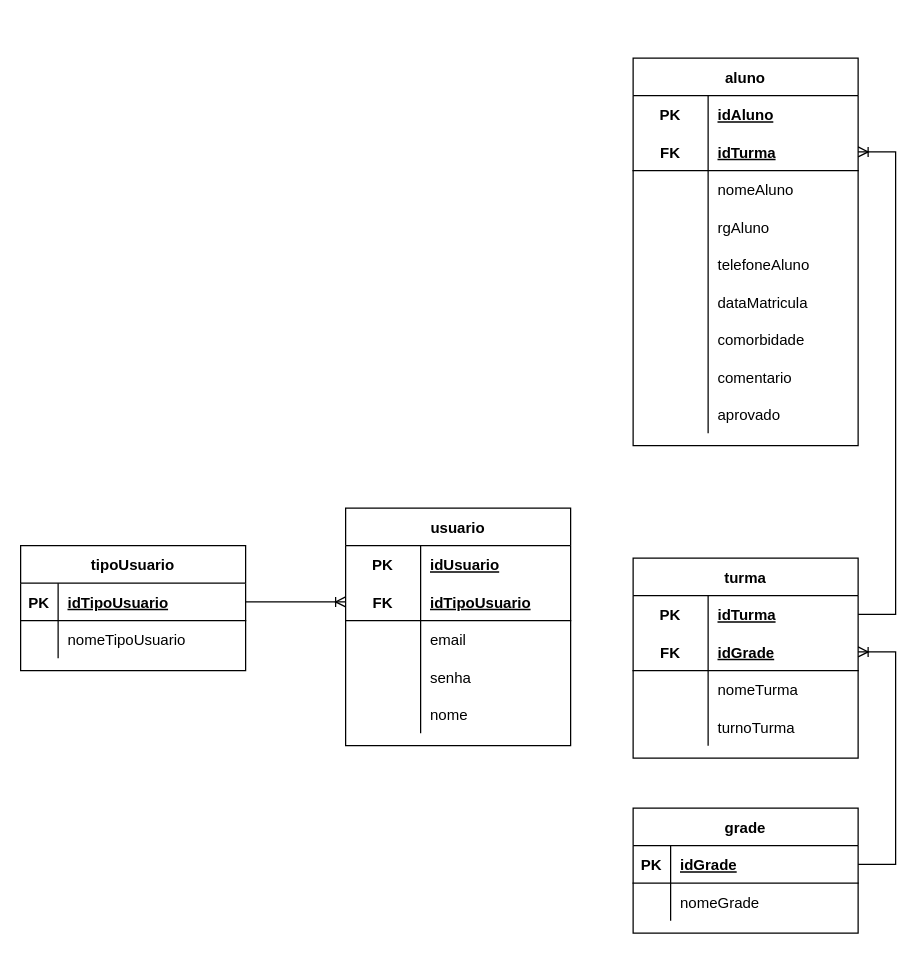
Before: page "Carômetro-Lógico" (2 of 2) of Modelagens/Modelagem-Carometro.drawio in GustavoHenriqueFerreira/Car-metro, a draw.io diagram. Source tidied: cells renumbered, new cells numbered last; positions are measured from the earlier drawing's top-left corner, leaving out a move shared by most shapes. Both pictures are drawn from the tidied source at 125%, with x=0, y=0 at pixel (20, 58).
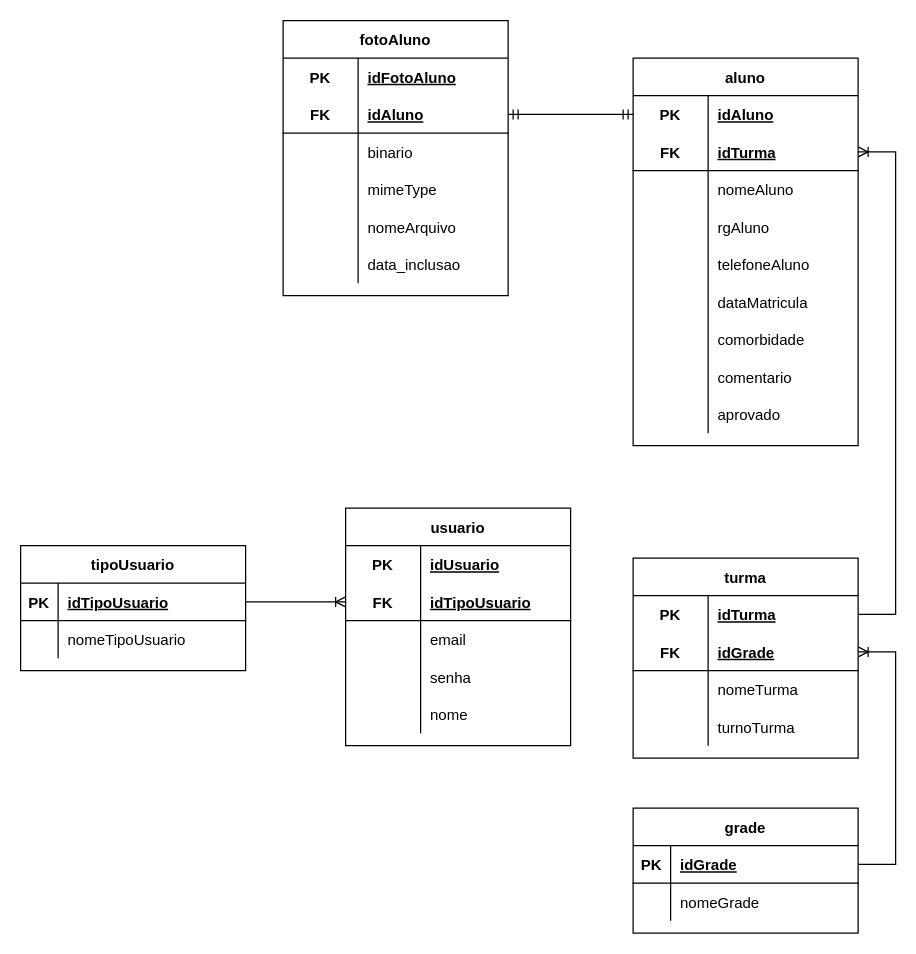
The same page after the edit.

Unchanged cells that the change refers to:
```xml
<mxCell id="27" style="shape=tableRow;horizontal=0;startSize=0;swimlaneHead=0;swimlaneBody=0;fillColor=none;points=[[0,0.5],[1,0.5]];portConstraint=eastwest;top=0;left=0;right=0;bottom=0;" parent="26" vertex="1">
  <mxGeometry y="30" width="180" height="30" as="geometry" />
</mxCell>
```

What changed in the source:
```diff
@@
+    <mxCell id="76" value="fotoAluno" style="shape=table;startSize=30;childLayout=tableLayout;rowLines=0;fontStyle=1;align=center;" parent="1" vertex="1">
+      <mxGeometry x="210" y="-30" width="180" height="220" as="geometry" />
+    </mxCell>
+    <mxCell id="77" style="shape=tableRow;horizontal=0;startSize=0;swimlaneHead=0;swimlaneBody=0;fillColor=none;top=0;left=0;right=0;bottom=0;" parent="76" vertex="1">
+      <mxGeometry y="30" width="180" height="30" as="geometry" />
+    </mxCell>
+    <mxCell id="78" value="PK" style="shape=partialRectangle;fillColor=none;top=0;left=0;bottom=0;right=0;fontStyle=1;overflow=hidden;" parent="77" vertex="1">
+      <mxGeometry width="60" height="30" as="geometry" />
+    </mxCell>
+    <mxCell id="79" value="idFotoAluno" style="shape=partialRectangle;fillColor=none;top=0;left=0;bottom=0;right=0;align=left;spacingLeft=6;fontStyle=5;overflow=hidden;" parent="77" vertex="1">
+      <mxGeometry x="60" width="120" height="30" as="geometry" />
+    </mxCell>
+    <mxCell id="80" style="shape=tableRow;horizontal=0;startSize=0;swimlaneHead=0;swimlaneBody=0;fillColor=none;points=[[0,0.5],[1,0.5]];portConstraint=eastwest;top=0;left=0;right=0;bottom=1;" parent="76" vertex="1">
+      <mxGeometry y="60" width="180" height="30" as="geometry" />
+    </mxCell>
+    <mxCell id="81" value="FK" style="shape=partialRectangle;fillColor=none;top=0;left=0;bottom=0;right=0;fontStyle=1;overflow=hidden;" parent="80" vertex="1">
+      <mxGeometry width="60" height="30" as="geometry" />
+    </mxCell>
+    <mxCell id="82" value="idAluno" style="shape=partialRectangle;fillColor=none;top=0;left=0;bottom=0;right=0;align=left;spacingLeft=6;fontStyle=5;overflow=hidden;" parent="80" vertex="1">
+      <mxGeometry x="60" width="120" height="30" as="geometry" />
+    </mxCell>
+    <mxCell id="83" style="shape=tableRow;horizontal=0;startSize=0;swimlaneHead=0;swimlaneBody=0;fillColor=none;top=0;left=0;right=0;bottom=0;" parent="76" vertex="1">
+      <mxGeometry y="90" width="180" height="30" as="geometry" />
+    </mxCell>
+    <mxCell id="84" style="shape=partialRectangle;fillColor=none;top=0;left=0;bottom=0;right=0;overflow=hidden;" parent="83" vertex="1">
+      <mxGeometry width="60" height="30" as="geometry" />
+    </mxCell>
+    <mxCell id="85" value="binario" style="shape=partialRectangle;fillColor=none;top=0;left=0;bottom=0;right=0;align=left;spacingLeft=6;overflow=hidden;" parent="83" vertex="1">
+      <mxGeometry x="60" width="120" height="30" as="geometry" />
+    </mxCell>
+    <mxCell id="86" style="shape=tableRow;horizontal=0;startSize=0;swimlaneHead=0;swimlaneBody=0;fillColor=none;top=0;left=0;right=0;bottom=0;" parent="76" vertex="1">
+      <mxGeometry y="120" width="180" height="30" as="geometry" />
+    </mxCell>
+    <mxCell id="87" style="shape=partialRectangle;fillColor=none;top=0;left=0;bottom=0;right=0;overflow=hidden;" parent="86" vertex="1">
+      <mxGeometry width="60" height="30" as="geometry" />
+    </mxCell>
+    <mxCell id="88" value="mimeType" style="shape=partialRectangle;fillColor=none;top=0;left=0;bottom=0;right=0;align=left;spacingLeft=6;overflow=hidden;" parent="86" vertex="1">
+      <mxGeometry x="60" width="120" height="30" as="geometry" />
+    </mxCell>
+    <mxCell id="89" style="shape=tableRow;horizontal=0;startSize=0;swimlaneHead=0;swimlaneBody=0;fillColor=none;top=0;left=0;right=0;bottom=0;" parent="76" vertex="1">
+      <mxGeometry y="150" width="180" height="30" as="geometry" />
+    </mxCell>
+    <mxCell id="90" style="shape=partialRectangle;fillColor=none;top=0;left=0;bottom=0;right=0;overflow=hidden;" parent="89" vertex="1">
+      <mxGeometry width="60" height="30" as="geometry" />
+    </mxCell>
+    <mxCell id="91" value="nomeArquivo" style="shape=partialRectangle;fillColor=none;top=0;left=0;bottom=0;right=0;align=left;spacingLeft=6;overflow=hidden;" parent="89" vertex="1">
+      <mxGeometry x="60" width="120" height="30" as="geometry" />
+    </mxCell>
+    <mxCell id="92" style="shape=tableRow;horizontal=0;startSize=0;swimlaneHead=0;swimlaneBody=0;fillColor=none;top=0;left=0;right=0;bottom=0;" parent="76" vertex="1">
+      <mxGeometry y="180" width="180" height="30" as="geometry" />
+    </mxCell>
+    <mxCell id="93" style="shape=partialRectangle;fillColor=none;top=0;left=0;bottom=0;right=0;overflow=hidden;" parent="92" vertex="1">
+      <mxGeometry width="60" height="30" as="geometry" />
+    </mxCell>
+    <mxCell id="94" value="data_inclusao" style="shape=partialRectangle;fillColor=none;top=0;left=0;bottom=0;right=0;align=left;spacingLeft=6;overflow=hidden;" parent="92" vertex="1">
+      <mxGeometry x="60" width="120" height="30" as="geometry" />
+    </mxCell>
+    <mxCell id="95" style="edgeStyle=entityRelationEdgeStyle;fontSize=12;html=1;endArrow=ERmandOne;startArrow=ERmandOne;rounded=0;" parent="1" edge="1" source="80" target="27">
+      <mxGeometry relative="1" as="geometry" />
+    </mxCell>
```
